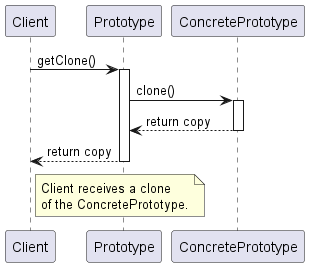
Before: Patterns/Manuscript/manuscript/images/ch03_Prototype/PrototypePatternSequenceDiagram.png, a diagram exported from PlantUML (Gabriel-SoftwareAG/DesignPatterns).
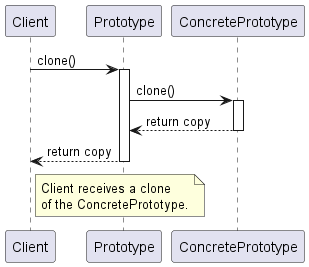
After the commit.

Change to the diagram source:
```diff
@@ -4,7 +4,7 @@
 participant "Prototype" as Prototype
 participant "ConcretePrototype" as ConcretePrototype
 
-Client -> Prototype : getClone()
+Client -> Prototype : clone()
 activate Prototype
 Prototype -> ConcretePrototype : clone()
 activate ConcretePrototype
```
